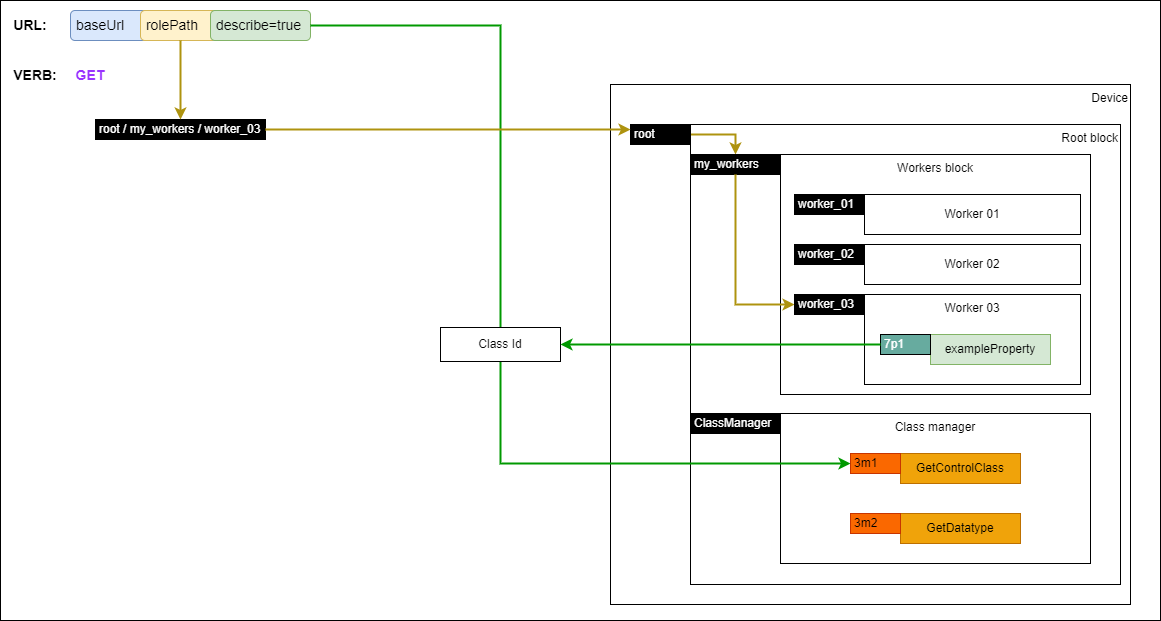
Above: docs/images/getting-class-descriptor.png in AMWA-TV/is-device-configuration (draw.io), before the change. Source tidied: cells renumbered, new cells last; positions are measured from the earlier drawing's top-left corner, leaving out a move shared by most shapes.
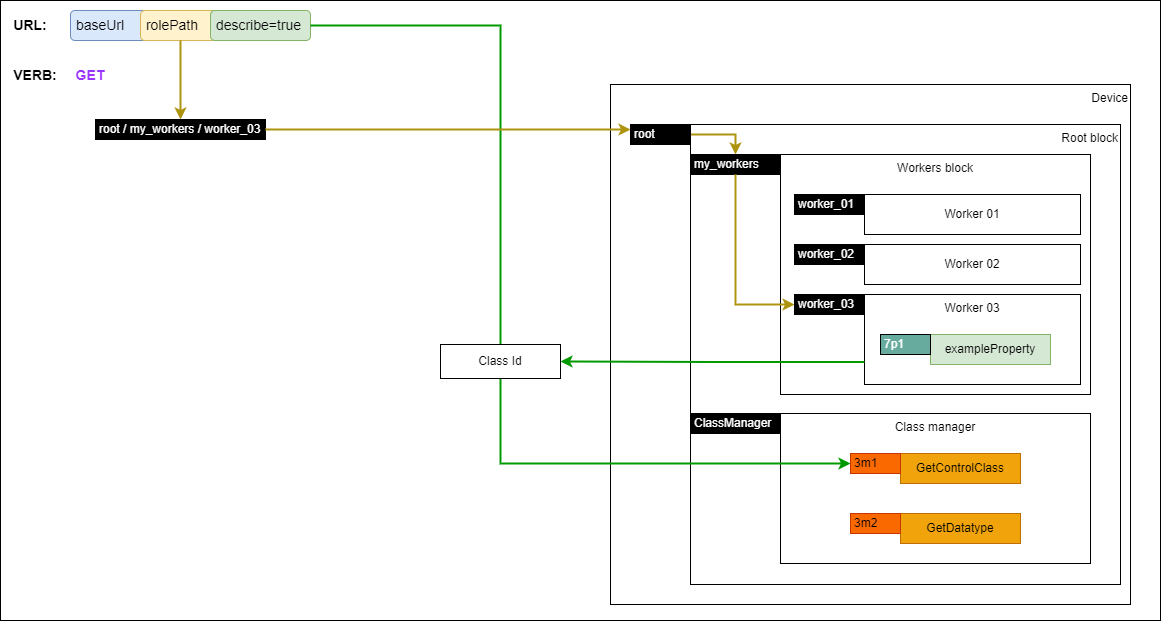
Above is the later version.

Commit message:
Correct diagram

What changed in the source:
```diff
@@ -108,9 +108,9 @@
       <mxGeometry relative="1" as="geometry" />
     </mxCell>
     <mxCell id="34" value="Class Id" style="rounded=0;whiteSpace=wrap;html=1;" parent="1" vertex="1">
-      <mxGeometry x="440" y="327" width="120" height="34" as="geometry" />
+      <mxGeometry x="440" y="344" width="120" height="34" as="geometry" />
     </mxCell>
-    <mxCell id="35" style="edgeStyle=orthogonalEdgeStyle;rounded=0;jettySize=auto;html=1;exitX=0;exitY=0.5;exitDx=0;exitDy=0;entryX=1;entryY=0.5;entryDx=0;entryDy=0;strokeColor=#009900;fontColor=#000000;strokeWidth=2;startArrow=none;startFill=0;" parent="1" edge="1" source="14" target="34">
+    <mxCell id="35" style="edgeStyle=orthogonalEdgeStyle;rounded=0;jettySize=auto;html=1;exitX=0;exitY=0.75;exitDx=0;exitDy=0;entryX=1;entryY=0.5;entryDx=0;entryDy=0;strokeColor=#009900;fontColor=#000000;strokeWidth=2;startArrow=none;startFill=0;" parent="1" edge="1" source="8" target="34">
       <mxGeometry relative="1" as="geometry" />
     </mxCell>
   </root>
```
